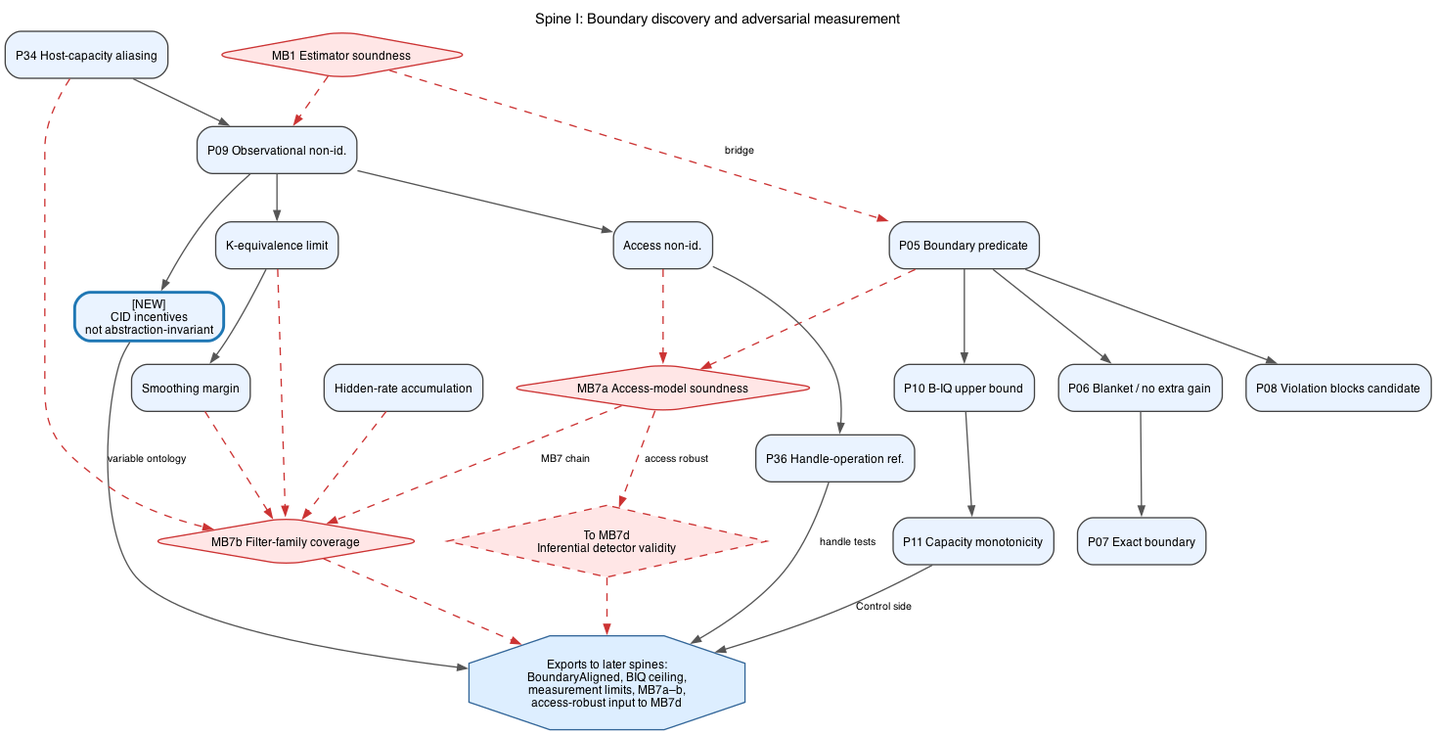
Earlier version of the Graphviz export figures/lean_proof/01-boundary-measurement.png (GunnarZarncke/towards-asi-alignment). Its source is kept beside it as context/lean_proof_graphs/01-boundary-measurement.dot.
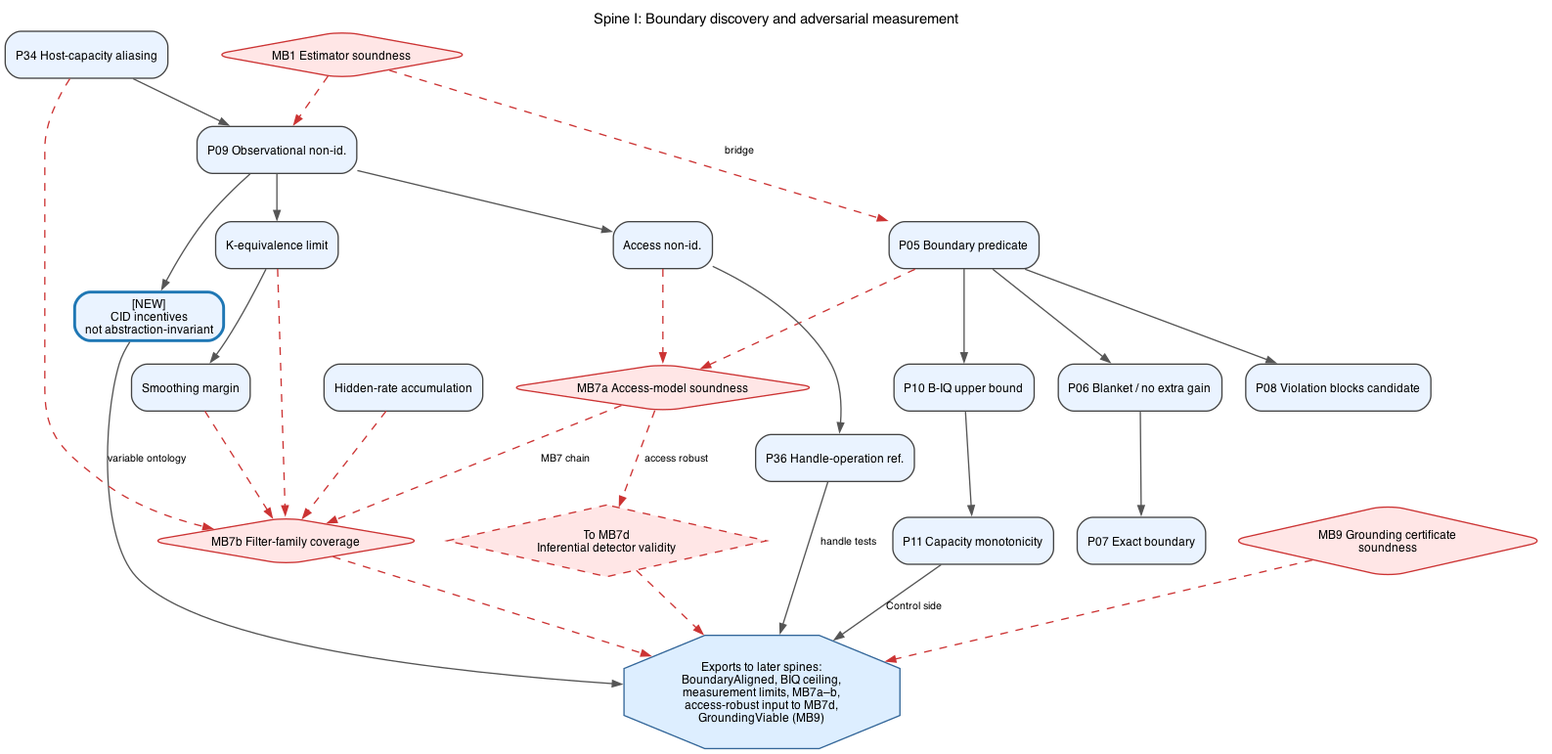
Above is the later version.

Change to the diagram source:
```diff
@@ -31,9 +31,10 @@
   MB7a [shape=diamond, fillcolor="#FFE6E6", color="#CC3333", label="MB7a Access-model soundness"];
   MB7b [shape=diamond, fillcolor="#FFE6E6", color="#CC3333", label="MB7b Filter-family coverage"];
   MB7d_IN [shape=diamond, style="filled,dashed", fillcolor="#FFE6E6", color="#CC3333", label="To MB7d\nInferential detector validity"];
+  MB9 [shape=diamond, fillcolor="#FFE6E6", color="#CC3333", label="MB9 Grounding certificate\nsoundness"];
 
   OUT [shape=octagon, style="filled", fillcolor="#DDEEFF", color="#336699",
-       label="Exports to later spines:\nBoundaryAligned, BIQ ceiling,\nmeasurement limits, MB7a–b,\naccess-robust input to MB7d"];
+       label="Exports to later spines:\nBoundaryAligned, BIQ ceiling,\nmeasurement limits, MB7a–b,\naccess-robust input to MB7d,\nGroundingViable (MB9)"];
 
   P05 -> P06 -> P07;
   P05 -> P08;
@@ -57,6 +58,7 @@
   P11 -> OUT [label="Control side"];
   MB7b -> OUT [style=dashed, color="#CC3333"];
   MB7d_IN -> OUT [style=dashed, color="#CC3333"];
+  MB9 -> OUT [style=dashed, color="#CC3333"];
   P36 -> OUT [label="handle tests"];
   PCID -> OUT [label="variable ontology"];
 }
```
